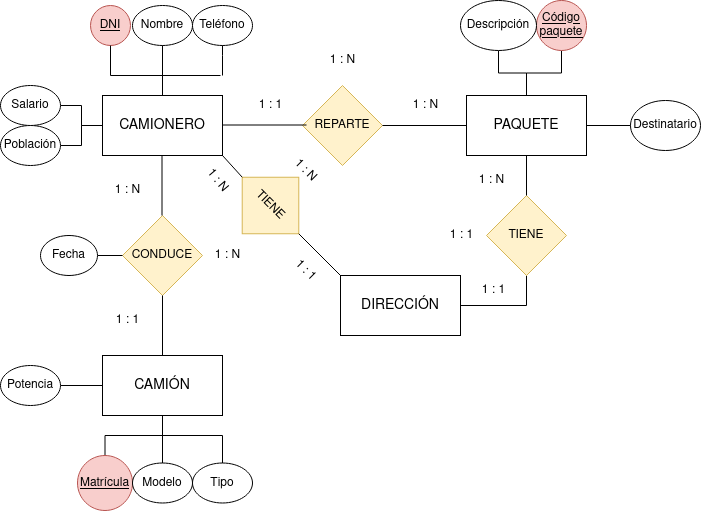
Earlier version of the draw.io export Unidad-2/Tareas/Tarea-4/images/Diagrama-4.drawio.png (IsaiasTolP/Base-Datos). Source tidied: cells renumbered, new cells last; positions are measured from the earlier drawing's top-left corner, leaving out a move shared by most shapes.
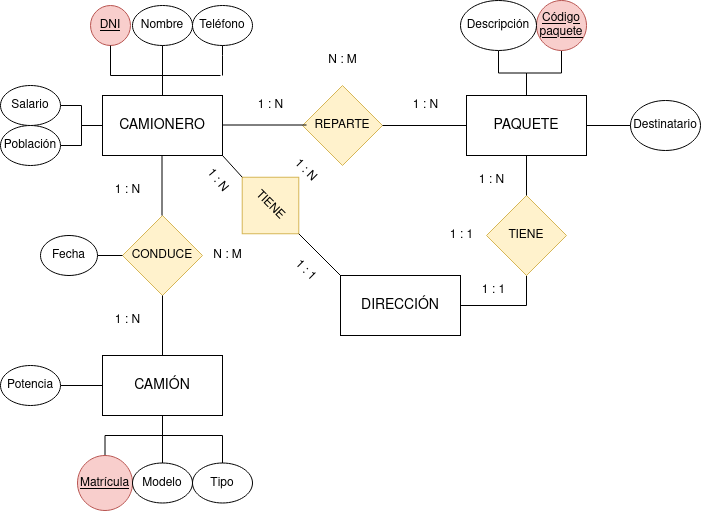
After the change.

The edit, as a diff of the source:
```diff
@@ -168,19 +168,19 @@
     <mxCell id="46" value="1 : N" style="text;html=1;align=center;verticalAlign=middle;strokeColor=none;fillColor=none;" parent="1" vertex="1">
       <mxGeometry x="466" y="165" width="50" height="30" as="geometry" />
     </mxCell>
-    <mxCell id="47" value="1 : 1" style="text;html=1;align=center;verticalAlign=middle;strokeColor=none;fillColor=none;" parent="1" vertex="1">
+    <mxCell id="47" value="1 : N" style="text;html=1;align=center;verticalAlign=middle;strokeColor=none;fillColor=none;" parent="1" vertex="1">
       <mxGeometry x="102" y="305" width="50" height="30" as="geometry" />
     </mxCell>
     <mxCell id="48" value="1 : N" style="text;html=1;align=center;verticalAlign=middle;strokeColor=none;fillColor=none;" parent="1" vertex="1">
       <mxGeometry x="102" y="175" width="50" height="30" as="geometry" />
     </mxCell>
-    <mxCell id="49" value="1 : N" style="text;html=1;align=center;verticalAlign=middle;strokeColor=none;fillColor=none;" parent="1" vertex="1">
+    <mxCell id="49" value="N : M" style="text;html=1;align=center;verticalAlign=middle;strokeColor=none;fillColor=none;" parent="1" vertex="1">
       <mxGeometry x="202" y="240" width="50" height="30" as="geometry" />
     </mxCell>
-    <mxCell id="50" value="1 : 1" style="text;html=1;align=center;verticalAlign=middle;strokeColor=none;fillColor=none;" parent="1" vertex="1">
+    <mxCell id="50" value="1 : N" style="text;html=1;align=center;verticalAlign=middle;strokeColor=none;fillColor=none;" parent="1" vertex="1">
       <mxGeometry x="245" y="90" width="50" height="30" as="geometry" />
     </mxCell>
-    <mxCell id="51" value="1 : N" style="text;html=1;align=center;verticalAlign=middle;" parent="1" vertex="1">
+    <mxCell id="51" value="N : M" style="text;html=1;align=center;verticalAlign=middle;" parent="1" vertex="1">
       <mxGeometry x="317" y="45" width="50" height="30" as="geometry" />
     </mxCell>
     <mxCell id="52" value="1 : N" style="text;html=1;align=center;verticalAlign=middle;strokeColor=none;fillColor=none;" parent="1" vertex="1">
```
